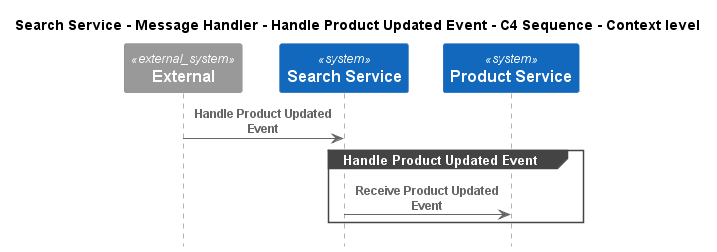
Earlier version of the PlantUML export e-commerce-platform/Software Systems/Search Service/Containers/Message Handler/Interfaces/Handle Product Updated Event/Context - C4 Sequence.png (C4InterFlow/architecture-as-code-samples).
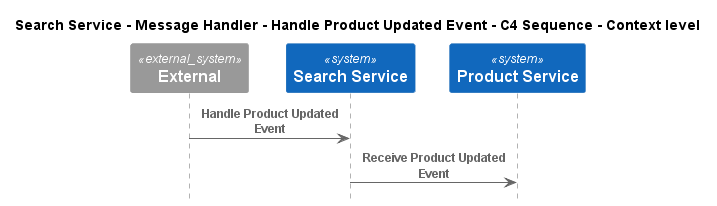
Above is the later version.

What changed in the source:
```diff
@@ -9,9 +9,7 @@
 System(ECommercePlatform.SoftwareSystems.ProductService, "Product Service", "")
 
 Rel(C4InterFlow.SoftwareSystems.ExternalSystem, ECommercePlatform.SoftwareSystems.SearchService, "Handle Product Updated Event")
-group Handle Product Updated Event
 Rel(ECommercePlatform.SoftwareSystems.SearchService, ECommercePlatform.SoftwareSystems.ProductService, "Receive Product Updated Event")
-end
 
 
 @enduml
```
